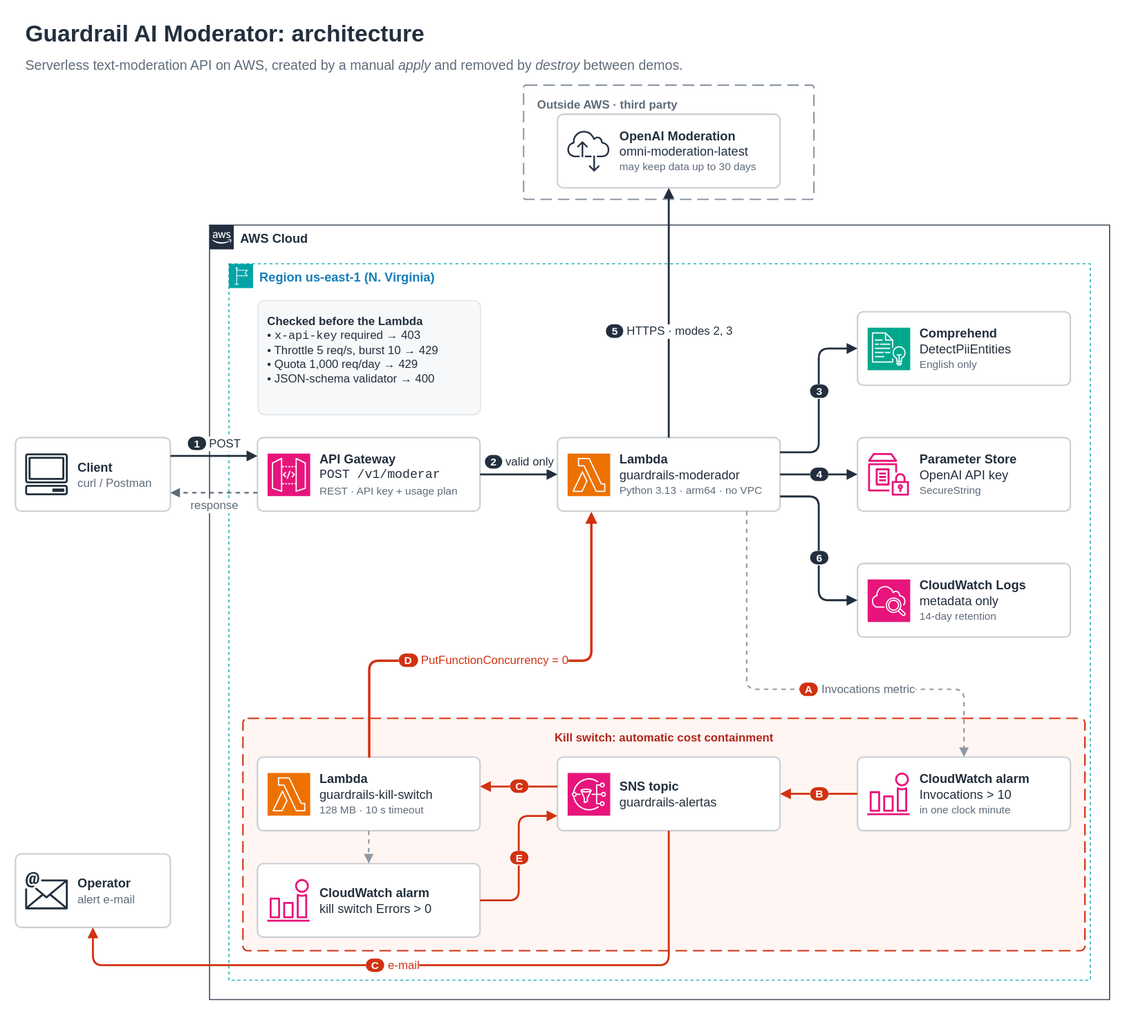
Above: docs/diagrams/architecture.drawio.svg in EnzoHashinokutiXavier/Guardrail-AI-Moderator (draw.io), before the change. Source tidied: cells renumbered, new cells last; positions are measured from the earlier drawing's top-left corner, leaving out a move shared by most shapes.
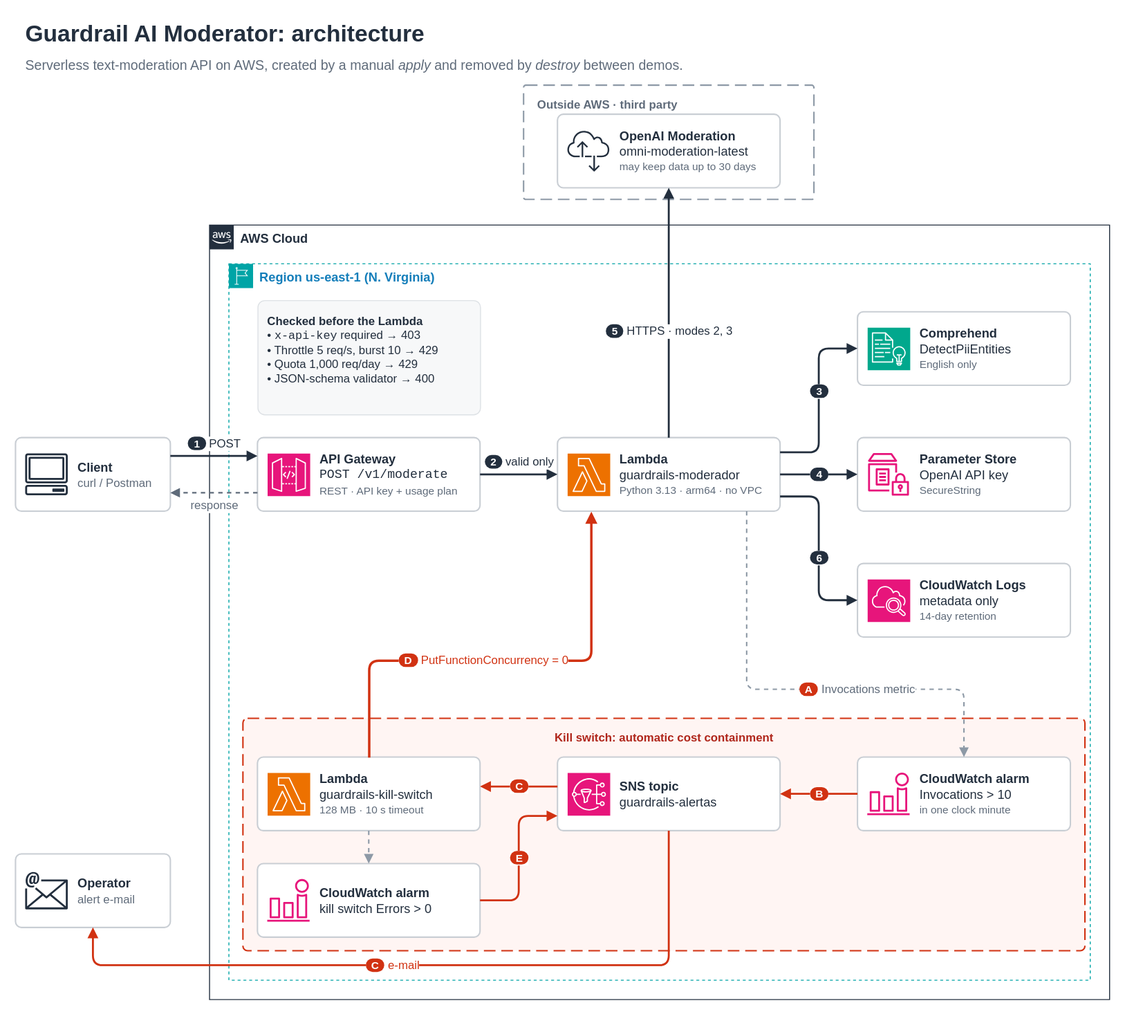
After the change.

What changed in the source:
```diff
@@ -29,7 +29,7 @@
     <mxCell id="10" value="&lt;b&gt;Checked before the Lambda&lt;/b&gt;&lt;br&gt;• &lt;font face=&quot;Courier New&quot;&gt;x-api-key&lt;/font&gt; required → 403&lt;br&gt;• Throttle 5 req/s, burst 10 → 429&lt;br&gt;• Quota 1,000 req/day → 429&lt;br&gt;• JSON-schema validator → 400" style="rounded=1;arcSize=6;whiteSpace=wrap;html=1;fillColor=#F7F8F9;strokeColor=#DDE1E5;fontColor=#232F3E;fontSize=12;align=left;verticalAlign=top;spacing=10;" parent="1" vertex="1">
       <mxGeometry x="250" y="294" width="230" height="118" as="geometry" />
     </mxCell>
-    <mxCell id="11" value="&lt;b&gt;API Gateway&lt;/b&gt;&lt;br&gt;&lt;font face=&quot;Courier New&quot;&gt;POST /v1/moderar&lt;/font&gt;&lt;br&gt;&lt;font style=&quot;font-size:11px;&quot; color=&quot;#5F6B7A&quot;&gt;REST · API key + usage plan&lt;/font&gt;" style="rounded=1;arcSize=8;whiteSpace=wrap;html=1;align=left;verticalAlign=middle;spacingLeft=62;spacingRight=6;fontSize=13;fontColor=#232F3E;fillColor=#FFFFFF;strokeColor=#C9CED4;strokeWidth=1.5;" parent="1" vertex="1">
+    <mxCell id="11" value="&lt;b&gt;API Gateway&lt;/b&gt;&lt;br&gt;&lt;font face=&quot;Courier New&quot;&gt;POST /v1/moderate&lt;/font&gt;&lt;br&gt;&lt;font style=&quot;font-size:11px;&quot; color=&quot;#5F6B7A&quot;&gt;REST · API key + usage plan&lt;/font&gt;" style="rounded=1;arcSize=8;whiteSpace=wrap;html=1;align=left;verticalAlign=middle;spacingLeft=62;spacingRight=6;fontSize=13;fontColor=#232F3E;fillColor=#FFFFFF;strokeColor=#C9CED4;strokeWidth=1.5;" parent="1" vertex="1">
       <mxGeometry x="250" y="436" width="230" height="76" as="geometry" />
     </mxCell>
     <mxCell id="12" style="sketch=0;fontColor=#232F3E;dashed=0;html=1;fillColor=#E7157B;strokeColor=#ffffff;shape=mxgraph.aws4.resourceIcon;resIcon=mxgraph.aws4.api_gateway;" parent="11" vertex="1">
```
